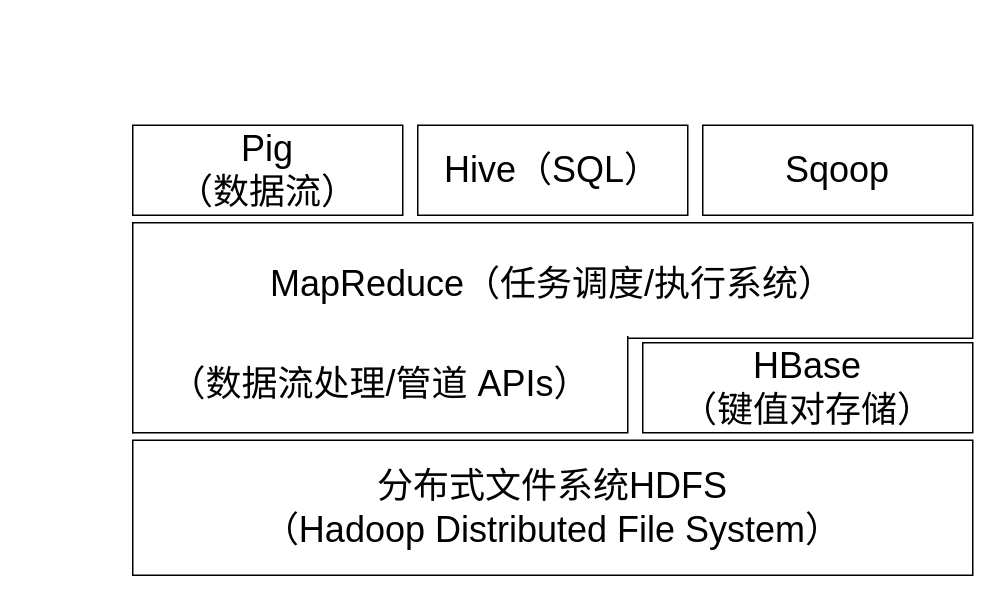
The draw.io diagram Hadoop框架.drawio in WienWong/Misc, before the edit. Source tidied: cells renumbered, new cells numbered last; positions are measured from the earlier drawing's top-left corner, leaving out a move shared by most shapes. Both pictures are drawn from the tidied source at 150%, with x=0, y=0 at pixel (132, 124).
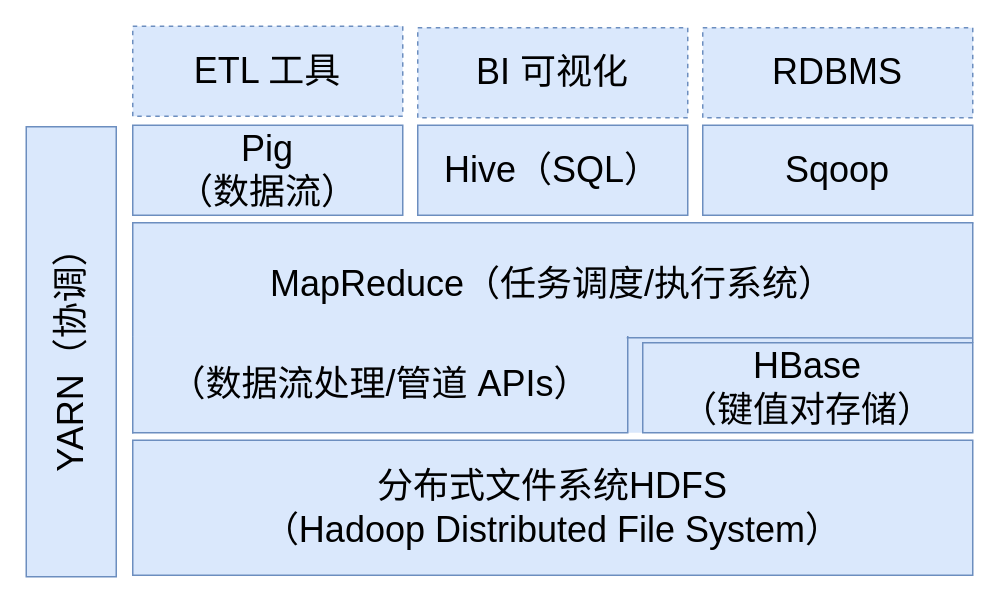
Above is the later version.

The edit, as a diff of the source:
```diff
@@
 <mxGraphModel>
   <root>
     <mxCell id="0" />
     <mxCell id="1" parent="0" />
-    <mxCell id="2" value="&lt;font style=&quot;font-size: 24px&quot;&gt;MapReduce（任务调度/执行系统）&lt;br&gt;&lt;br&gt;&lt;br&gt;&lt;/font&gt;" style="shape=partialRectangle;whiteSpace=wrap;html=1;bottom=0;right=0;fillColor=none;" parent="1" vertex="1">
+    <mxCell id="2" value="&lt;font style=&quot;font-size: 24px&quot;&gt;MapReduce（任务调度/执行系统）&lt;br&gt;&lt;br&gt;&lt;br&gt;&lt;/font&gt;" style="shape=partialRectangle;whiteSpace=wrap;html=1;bottom=0;right=0;fillColor=#dae8fc;strokeColor=#6c8ebf;" parent="1" vertex="1">
       <mxGeometry y="65" width="560" height="140" as="geometry" />
     </mxCell>
-    <mxCell id="3" value="&lt;font style=&quot;font-size: 24px&quot;&gt;（数据流处理/管道 APIs）&lt;/font&gt;" style="shape=partialRectangle;whiteSpace=wrap;html=1;top=0;left=0;fillColor=none;" parent="1" vertex="1">
+    <mxCell id="3" value="&lt;font style=&quot;font-size: 24px&quot;&gt;（数据流处理/管道 APIs）&lt;/font&gt;" style="shape=partialRectangle;whiteSpace=wrap;html=1;top=0;left=0;fillColor=#dae8fc;strokeColor=#6c8ebf;" parent="1" vertex="1">
       <mxGeometry y="141" width="330" height="64" as="geometry" />
     </mxCell>
-    <mxCell id="4" style="shape=partialRectangle;whiteSpace=wrap;html=1;top=0;left=0;fillColor=none;" parent="1" vertex="1">
-      <mxGeometry x="330" y="66" width="230" height="76" as="geometry" />
-    </mxCell>
-    <mxCell id="5" value="&lt;font style=&quot;font-size: 24px&quot;&gt;分布式文件系统&lt;/font&gt;&lt;span style=&quot;font-size: 24px&quot;&gt;HDFS&lt;/span&gt;&lt;br&gt;&lt;font style=&quot;font-size: 24px&quot;&gt;（Hadoop Distributed File System）&lt;/font&gt;" style="rounded=0;whiteSpace=wrap;html=1;" parent="1" vertex="1">
+    <mxCell id="5" value="&lt;font style=&quot;font-size: 24px&quot;&gt;分布式文件系统&lt;/font&gt;&lt;span style=&quot;font-size: 24px&quot;&gt;HDFS&lt;/span&gt;&lt;br&gt;&lt;font style=&quot;font-size: 24px&quot;&gt;（Hadoop Distributed File System）&lt;/font&gt;" style="rounded=0;whiteSpace=wrap;html=1;fillColor=#dae8fc;strokeColor=#6c8ebf;" parent="1" vertex="1">
       <mxGeometry y="210" width="560" height="90" as="geometry" />
     </mxCell>
-    <mxCell id="6" value="&lt;span style=&quot;font-size: 24px&quot;&gt;HBase&lt;br&gt;&lt;/span&gt;&lt;span style=&quot;font-size: 24px&quot;&gt;（键值对存储）&lt;/span&gt;" style="rounded=0;whiteSpace=wrap;html=1;" parent="1" vertex="1">
+    <mxCell id="6" value="&lt;span style=&quot;font-size: 24px&quot;&gt;HBase&lt;br&gt;&lt;/span&gt;&lt;span style=&quot;font-size: 24px&quot;&gt;（键值对存储）&lt;/span&gt;" style="rounded=0;whiteSpace=wrap;html=1;fillColor=#dae8fc;strokeColor=#6c8ebf;" parent="1" vertex="1">
       <mxGeometry x="340" y="145" width="220" height="60" as="geometry" />
     </mxCell>
-    <mxCell id="7" value="&lt;font style=&quot;font-size: 24px&quot;&gt;Pig&lt;br&gt;（数据流）&lt;/font&gt;" style="rounded=0;whiteSpace=wrap;html=1;" parent="1" vertex="1">
+    <mxCell id="7" value="&lt;font style=&quot;font-size: 24px&quot;&gt;Pig&lt;br&gt;（数据流）&lt;/font&gt;" style="rounded=0;whiteSpace=wrap;html=1;fillColor=#dae8fc;strokeColor=#6c8ebf;" parent="1" vertex="1">
       <mxGeometry width="180" height="60" as="geometry" />
     </mxCell>
-    <mxCell id="8" value="&lt;font style=&quot;font-size: 24px&quot;&gt;Hive（SQL）&lt;/font&gt;" style="rounded=0;whiteSpace=wrap;html=1;" parent="1" vertex="1">
+    <mxCell id="8" value="&lt;font style=&quot;font-size: 24px&quot;&gt;Hive（SQL）&lt;/font&gt;" style="rounded=0;whiteSpace=wrap;html=1;fillColor=#dae8fc;strokeColor=#6c8ebf;" parent="1" vertex="1">
       <mxGeometry x="190" width="180" height="60" as="geometry" />
     </mxCell>
-    <mxCell id="9" value="&lt;font style=&quot;font-size: 24px&quot;&gt;Sqoop&lt;/font&gt;" style="rounded=0;whiteSpace=wrap;html=1;" parent="1" vertex="1">
+    <mxCell id="9" value="&lt;font style=&quot;font-size: 24px&quot;&gt;Sqoop&lt;/font&gt;" style="rounded=0;whiteSpace=wrap;html=1;fillColor=#dae8fc;strokeColor=#6c8ebf;" parent="1" vertex="1">
       <mxGeometry x="380" width="180" height="60" as="geometry" />
     </mxCell>
+    <mxCell id="10" value="&lt;span style=&quot;font-size: 24px&quot;&gt;ETL 工具&lt;/span&gt;" style="rounded=0;whiteSpace=wrap;html=1;dashed=1;fillColor=#dae8fc;strokeColor=#6c8ebf;" parent="1" vertex="1">
+      <mxGeometry y="-66" width="180" height="60" as="geometry" />
+    </mxCell>
+    <mxCell id="11" value="&lt;span style=&quot;font-size: 24px&quot;&gt;BI 可视化&lt;/span&gt;" style="rounded=0;whiteSpace=wrap;html=1;dashed=1;fillColor=#dae8fc;strokeColor=#6c8ebf;" parent="1" vertex="1">
+      <mxGeometry x="190" y="-65" width="180" height="60" as="geometry" />
+    </mxCell>
+    <mxCell id="12" value="&lt;span style=&quot;font-size: 24px&quot;&gt;RDBMS&lt;/span&gt;" style="rounded=0;whiteSpace=wrap;html=1;dashed=1;fillColor=#dae8fc;strokeColor=#6c8ebf;" parent="1" vertex="1">
+      <mxGeometry x="380" y="-65" width="180" height="60" as="geometry" />
+    </mxCell>
+    <mxCell id="13" value="&lt;font style=&quot;font-size: 24px&quot;&gt;YARN&lt;/font&gt;&lt;font style=&quot;font-size: 24px&quot;&gt;（协调）&lt;/font&gt;" style="rounded=0;whiteSpace=wrap;html=1;rotation=-90;fillColor=#dae8fc;strokeColor=#6c8ebf;" parent="1" vertex="1">
+      <mxGeometry x="-191" y="121" width="300" height="60" as="geometry" />
+    </mxCell>
+    <mxCell id="14" style="endArrow=none;html=1;exitX=0.998;exitY=0.089;exitDx=0;exitDy=0;exitPerimeter=0;entryX=1;entryY=0.584;entryDx=0;entryDy=0;entryPerimeter=0;fillColor=#dae8fc;strokeColor=#6c8ebf;" parent="1" edge="1">
+      <mxGeometry relative="1" as="geometry">
+        <mxPoint x="329.3" y="141.7" as="sourcePoint" />
+        <mxPoint x="560" y="141.8" as="targetPoint" />
+      </mxGeometry>
+    </mxCell>
+    <mxCell id="15" style="endArrow=none;html=1;entryX=0;entryY=0;entryDx=0;entryDy=0;exitX=0;exitY=1;exitDx=0;exitDy=0;fillColor=#dae8fc;strokeColor=#6c8ebf;" parent="1" edge="1" source="3" target="3">
+      <mxGeometry relative="1" as="geometry" />
+    </mxCell>
+    <mxCell id="16" style="endArrow=none;html=1;entryX=1;entryY=0;entryDx=0;entryDy=0;fillColor=#dae8fc;strokeColor=#6c8ebf;" parent="1" edge="1" target="2">
+      <mxGeometry relative="1" as="geometry">
+        <mxPoint x="560" y="145" as="sourcePoint" />
+        <Array as="points">
+          <mxPoint x="560" y="115" />
+        </Array>
+      </mxGeometry>
+    </mxCell>
   </root>
 </mxGraphModel>
```
